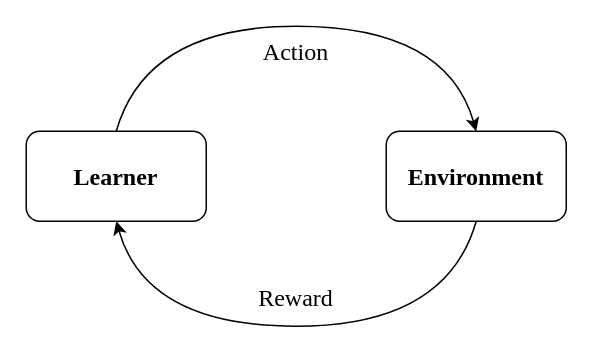
Earlier version of the draw.io diagram Chapter1/img/rl.drawio (xuedong/phd-thesis). Source tidied: cells renumbered, new cells numbered last; positions are measured from the earlier drawing's top-left corner, leaving out a move shared by most shapes. Both pictures are drawn from the tidied source at 150%, with x=0, y=0 at pixel (26, 26).
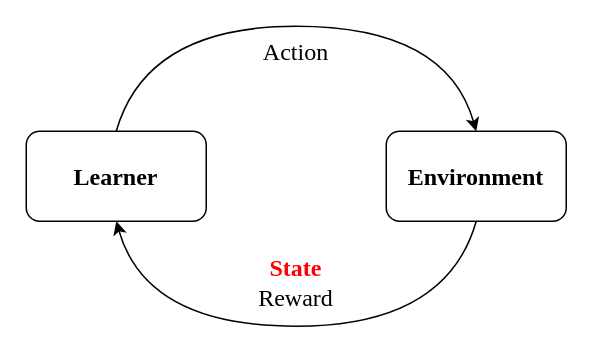
Above is the later version.

Diff of the diagram source:
```diff
@@
 <mxGraphModel>
   <root>
     <mxCell id="0" />
     <mxCell id="1" parent="0" />
     <mxCell id="2" value="&lt;b&gt;&lt;font face=&quot;Times New Roman&quot; style=&quot;font-size: 16px&quot;&gt;Learner&lt;/font&gt;&lt;/b&gt;" style="rounded=1;whiteSpace=wrap;html=1;" parent="1" vertex="1">
       <mxGeometry y="70" width="120" height="60" as="geometry" />
     </mxCell>
     <mxCell id="3" value="&lt;b&gt;&lt;font face=&quot;Times New Roman&quot; style=&quot;font-size: 16px&quot;&gt;Environment&lt;/font&gt;&lt;/b&gt;" style="rounded=1;whiteSpace=wrap;html=1;" parent="1" vertex="1">
       <mxGeometry x="240" y="70" width="120" height="60" as="geometry" />
     </mxCell>
     <mxCell id="4" style="curved=1;endArrow=classic;html=1;exitX=0.5;exitY=0;exitDx=0;exitDy=0;entryX=0.5;entryY=0;entryDx=0;entryDy=0;" parent="1" edge="1" source="2" target="3">
       <mxGeometry relative="1" as="geometry">
         <Array as="points">
           <mxPoint x="80" />
           <mxPoint x="280" />
         </Array>
       </mxGeometry>
     </mxCell>
     <mxCell id="5" style="curved=1;endArrow=classic;html=1;entryX=0.5;entryY=1;entryDx=0;entryDy=0;exitX=0.5;exitY=1;exitDx=0;exitDy=0;" parent="1" edge="1" source="3" target="2">
       <mxGeometry relative="1" as="geometry">
         <Array as="points">
           <mxPoint x="280" y="200" />
           <mxPoint x="80" y="200" />
         </Array>
       </mxGeometry>
     </mxCell>
     <mxCell id="6" value="&lt;font face=&quot;Times New Roman&quot; style=&quot;font-size: 16px;&quot;&gt;Action&lt;/font&gt;" style="text;html=1;strokeColor=none;fillColor=none;align=center;verticalAlign=middle;whiteSpace=wrap;rounded=0;fontSize=16;" parent="1" vertex="1">
       <mxGeometry x="160" y="7" width="40" height="20" as="geometry" />
     </mxCell>
     <mxCell id="7" value="&lt;font face=&quot;Times New Roman&quot; style=&quot;font-size: 16px&quot;&gt;Reward&lt;/font&gt;" style="text;html=1;strokeColor=none;fillColor=none;align=center;verticalAlign=middle;whiteSpace=wrap;rounded=0;fontSize=16;" parent="1" vertex="1">
       <mxGeometry x="160" y="171" width="40" height="20" as="geometry" />
     </mxCell>
+    <mxCell id="8" value="&lt;b&gt;&lt;font face=&quot;Times New Roman&quot; color=&quot;#ff0000&quot;&gt;State&lt;/font&gt;&lt;/b&gt;" style="text;html=1;strokeColor=none;fillColor=none;align=center;verticalAlign=middle;whiteSpace=wrap;rounded=0;fontSize=16;" parent="1" vertex="1">
+      <mxGeometry x="160" y="151" width="40" height="20" as="geometry" />
+    </mxCell>
   </root>
 </mxGraphModel>
```
